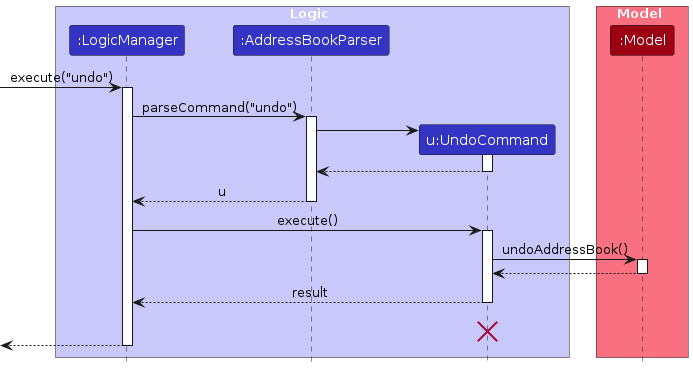
This is diagrams/CategorySequenceDiagram-Logic.png from AY2627S1-CS2103T-F12-2/tp, a PlantUML export, as it was before one commit. Its source is kept beside it as diagrams/CategorySequenceDiagram-Logic.puml. Source of this version:
```plantuml
@startuml
!include style.puml
skinparam ArrowFontStyle plain

box Logic LOGIC_COLOR_T1
participant ":LogicManager" as LogicManager LOGIC_COLOR
participant ":AddressBookParser" as AddressBookParser LOGIC_COLOR
participant "u:UndoCommand" as UndoCommand LOGIC_COLOR
end box

box Model MODEL_COLOR_T1
participant ":Model" as Model MODEL_COLOR
end box

[-> LogicManager : execute("undo")
activate LogicManager

LogicManager -> AddressBookParser : parseCommand("undo")
activate AddressBookParser

create UndoCommand
AddressBookParser -> UndoCommand
activate UndoCommand

UndoCommand --> AddressBookParser
deactivate UndoCommand

AddressBookParser --> LogicManager : u
deactivate AddressBookParser

LogicManager -> UndoCommand : execute()
activate UndoCommand

UndoCommand -> Model : undoAddressBook()
activate Model

Model --> UndoCommand
deactivate Model

UndoCommand --> LogicManager : result
deactivate UndoCommand
UndoCommand -[hidden]-> LogicManager : result
destroy UndoCommand

[<--LogicManager
deactivate LogicManager
@enduml
```
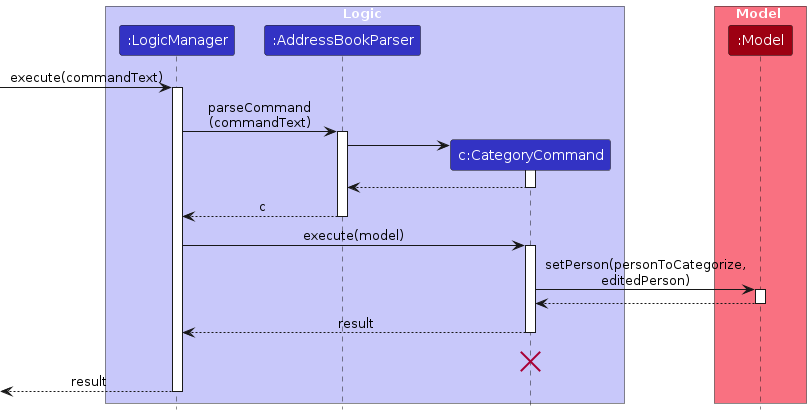
Above is the later version.

Diff of the diagram source:
```diff
@@ -5,43 +5,42 @@
 box Logic LOGIC_COLOR_T1
 participant ":LogicManager" as LogicManager LOGIC_COLOR
 participant ":AddressBookParser" as AddressBookParser LOGIC_COLOR
-participant "u:UndoCommand" as UndoCommand LOGIC_COLOR
+participant "c:CategoryCommand" as CategoryCommand LOGIC_COLOR
 end box
 
 box Model MODEL_COLOR_T1
 participant ":Model" as Model MODEL_COLOR
 end box
 
-[-> LogicManager : execute("undo")
+[-> LogicManager : execute(commandText)
 activate LogicManager
 
-LogicManager -> AddressBookParser : parseCommand("undo")
+LogicManager -> AddressBookParser : parseCommand\n(commandText)
 activate AddressBookParser
 
-create UndoCommand
-AddressBookParser -> UndoCommand
-activate UndoCommand
+create CategoryCommand
+AddressBookParser -> CategoryCommand
+activate CategoryCommand
 
-UndoCommand --> AddressBookParser
-deactivate UndoCommand
+CategoryCommand --> AddressBookParser
+deactivate CategoryCommand
 
-AddressBookParser --> LogicManager : u
+AddressBookParser --> LogicManager : c
 deactivate AddressBookParser
 
-LogicManager -> UndoCommand : execute()
-activate UndoCommand
+LogicManager -> CategoryCommand : execute(model)
+activate CategoryCommand
 
-UndoCommand -> Model : undoAddressBook()
+CategoryCommand -> Model : setPerson(personToCategorize,\neditedPerson)
 activate Model
-
-Model --> UndoCommand
+Model --> CategoryCommand
 deactivate Model
 
-UndoCommand --> LogicManager : result
-deactivate UndoCommand
-UndoCommand -[hidden]-> LogicManager : result
-destroy UndoCommand
+CategoryCommand --> LogicManager : result
+deactivate CategoryCommand
+CategoryCommand -[hidden]-> LogicManager : result
+destroy CategoryCommand
 
-[<--LogicManager
+[<--LogicManager : result
 deactivate LogicManager
 @enduml
```
